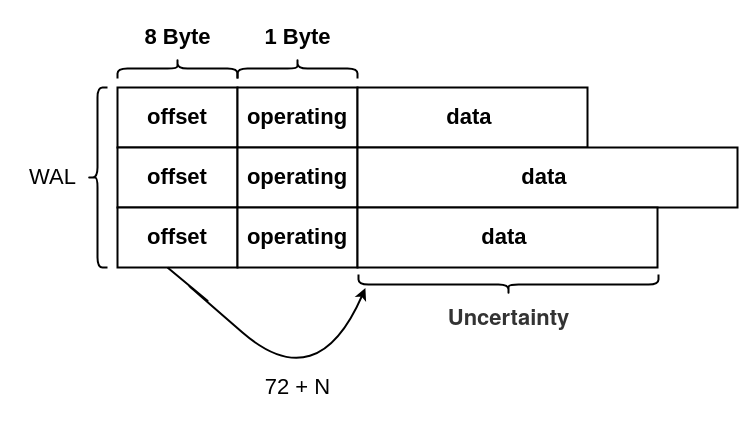
Before: wal-file.drawio in auula/draw.io, a draw.io diagram. Source tidied: cells renumbered, new cells numbered last; positions are measured from the earlier drawing's top-left corner, leaving out a move shared by most shapes. Both pictures are drawn from the tidied source at 100%, with x=0, y=0 at pixel (17, 8).
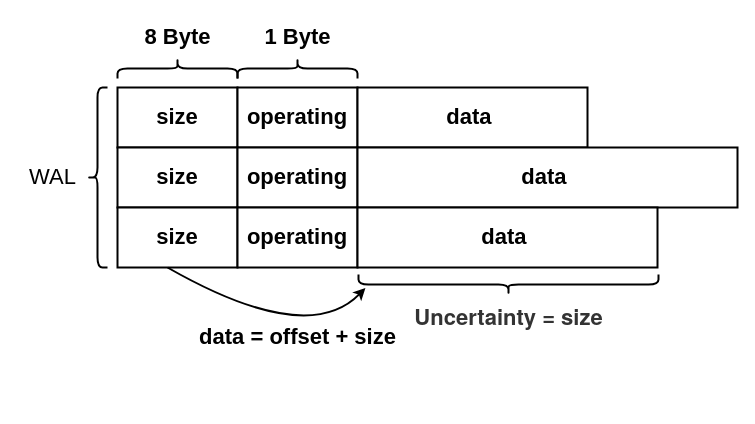
Above is the later version.

The change refers to these unchanged cells:
```xml
<mxCell id="2" style="group;" parent="1" vertex="1">
  <mxGeometry x="100" y="79" width="620" height="180" as="geometry" />
</mxCell>
<mxCell id="16" style="shape=curlyBracket;whiteSpace=wrap;html=1;rounded=1;strokeWidth=2;fontSize=22;rotation=-90;" parent="1" vertex="1">
  <mxGeometry x="481" y="126" width="20" height="300" as="geometry" />
</mxCell>
```

Change to the diagram source:
```diff
@@
-    <mxCell id="3" value="&lt;b&gt;&lt;font style=&quot;font-size: 22px;&quot;&gt;offset&lt;/font&gt;&lt;/b&gt;" style="rounded=0;whiteSpace=wrap;html=1;strokeWidth=2;" parent="2" vertex="1">
+    <mxCell id="3" value="&lt;span style=&quot;font-size: 22px;&quot;&gt;&lt;b&gt;size&lt;/b&gt;&lt;/span&gt;" style="rounded=0;whiteSpace=wrap;html=1;strokeWidth=2;" parent="2" vertex="1">
       <mxGeometry width="120" height="60" as="geometry" />
     </mxCell>
@@
-    <mxCell id="6" value="&lt;b&gt;&lt;font style=&quot;font-size: 22px;&quot;&gt;offset&lt;/font&gt;&lt;/b&gt;" style="rounded=0;whiteSpace=wrap;html=1;strokeWidth=2;" parent="2" vertex="1">
+    <mxCell id="6" value="&lt;span style=&quot;font-size: 22px;&quot;&gt;&lt;b&gt;size&lt;/b&gt;&lt;/span&gt;" style="rounded=0;whiteSpace=wrap;html=1;strokeWidth=2;" parent="2" vertex="1">
       <mxGeometry y="60" width="120" height="60" as="geometry" />
     </mxCell>
@@
-    <mxCell id="9" value="&lt;b&gt;&lt;font style=&quot;font-size: 22px;&quot;&gt;offset&lt;/font&gt;&lt;/b&gt;" style="rounded=0;whiteSpace=wrap;html=1;strokeWidth=2;" parent="2" vertex="1">
+    <mxCell id="9" value="&lt;span style=&quot;font-size: 22px;&quot;&gt;&lt;b&gt;size&lt;/b&gt;&lt;/span&gt;" style="rounded=0;whiteSpace=wrap;html=1;strokeWidth=2;" parent="2" vertex="1">
       <mxGeometry y="120" width="120" height="60" as="geometry" />
     </mxCell>
@@
-    <mxCell id="17" value="&lt;span style=&quot;color: rgb(51, 51, 51); font-family: &amp;quot;Helvetica Neue&amp;quot;, Helvetica, Arial, &amp;quot;Hiragino Sans GB&amp;quot;, &amp;quot;Hiragino Sans GB W3&amp;quot;, &amp;quot;Microsoft YaHei UI&amp;quot;, &amp;quot;Microsoft YaHei&amp;quot;, sans-serif; text-align: start;&quot;&gt;&lt;b style=&quot;&quot;&gt;&lt;font style=&quot;font-size: 22px;&quot;&gt;Uncertainty&lt;/font&gt;&lt;/b&gt;&lt;/span&gt;" style="text;html=1;align=center;verticalAlign=middle;strokeColor=none;fillColor=none;fontSize=22;" parent="1" vertex="1">
-      <mxGeometry x="421" y="289" width="140" height="40" as="geometry" />
+    <mxCell id="17" value="&lt;span style=&quot;color: rgb(51, 51, 51); font-family: &amp;quot;Helvetica Neue&amp;quot;, Helvetica, Arial, &amp;quot;Hiragino Sans GB&amp;quot;, &amp;quot;Hiragino Sans GB W3&amp;quot;, &amp;quot;Microsoft YaHei UI&amp;quot;, &amp;quot;Microsoft YaHei&amp;quot;, sans-serif; text-align: start;&quot;&gt;&lt;b style=&quot;&quot;&gt;&lt;font style=&quot;font-size: 22px;&quot;&gt;Uncertainty = size&lt;/font&gt;&lt;/b&gt;&lt;/span&gt;" style="text;html=1;align=center;verticalAlign=middle;strokeColor=none;fillColor=none;fontSize=22;" parent="1" vertex="1">
+      <mxGeometry x="386" y="289" width="210" height="40" as="geometry" />
     </mxCell>
@@
     <mxCell id="20" style="curved=1;endArrow=classic;html=1;rounded=0;fontSize=22;strokeWidth=2;entryX=0.325;entryY=0.023;entryDx=0;entryDy=0;entryPerimeter=0;" parent="1" edge="1" target="16">
       <mxGeometry relative="1" as="geometry">
         <mxPoint x="150" y="259" as="sourcePoint" />
         <Array as="points">
-          <mxPoint x="210" y="309" />
-          <mxPoint x="150" y="259" />
-          <mxPoint x="300" y="389" />
+          <mxPoint x="290" y="339" />
         </Array>
       </mxGeometry>
     </mxCell>
-    <mxCell id="21" value="72 + N" style="text;html=1;align=center;verticalAlign=middle;strokeColor=none;fillColor=none;fontSize=22;" parent="1" vertex="1">
-      <mxGeometry x="235" y="359" width="90" height="40" as="geometry" />
+    <mxCell id="21" value="&lt;b&gt;data = offset + size&lt;/b&gt;" style="text;html=1;align=center;verticalAlign=middle;strokeColor=none;fillColor=none;fontSize=22;" parent="1" vertex="1">
+      <mxGeometry x="170" y="309" width="220" height="40" as="geometry" />
     </mxCell>
```
